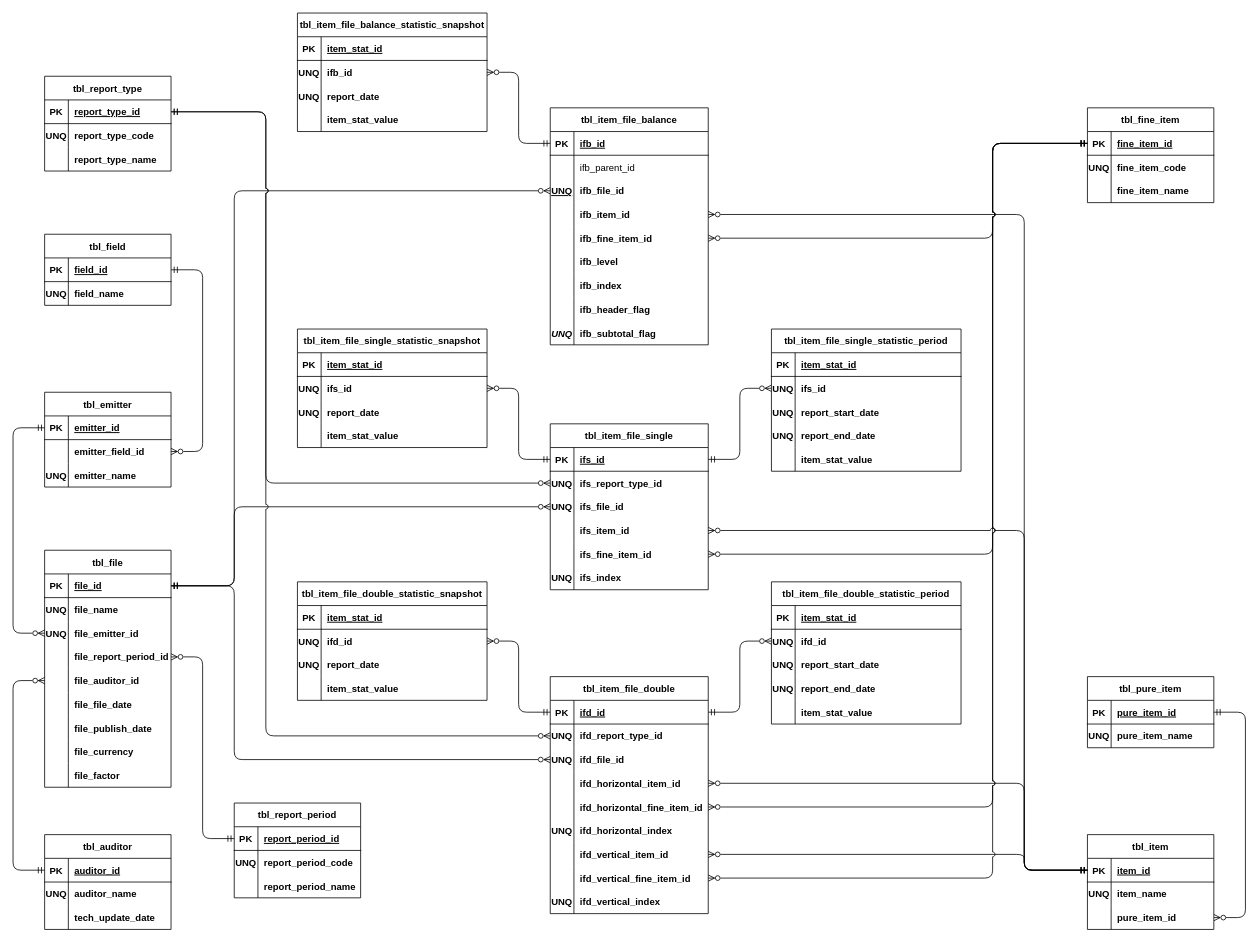
The draw.io diagram page "Page-1" (1 of 2) of diagram/fs_code.drawio in pw095/Ashutor, before the edit. Source tidied: cells renumbered, new cells numbered last; positions are measured from the earlier drawing's top-left corner, leaving out a move shared by most shapes. Both pictures are drawn from the tidied source at 79%, with x=0, y=0 at pixel (13, 13).
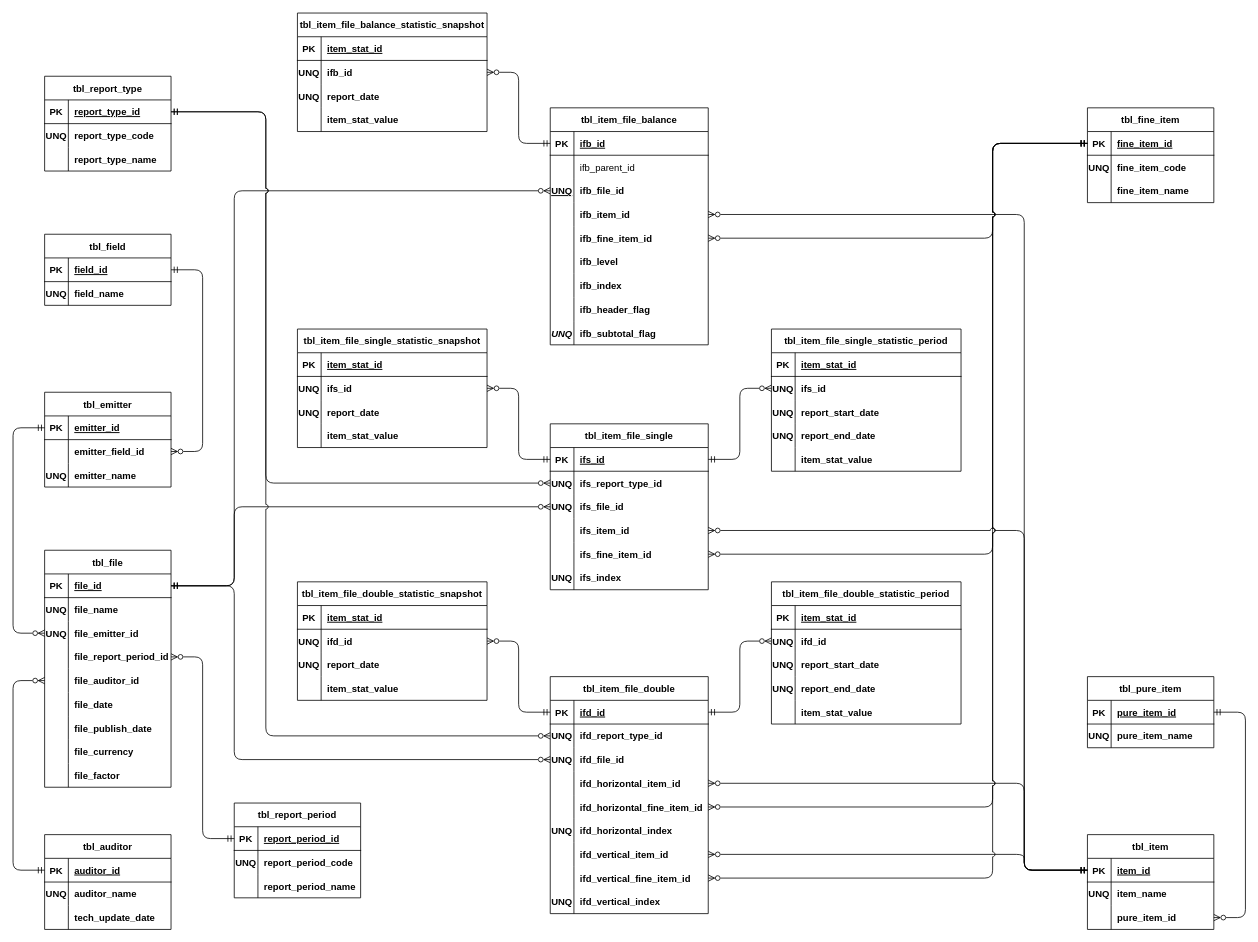
The same page after the edit.

The change refers to these unchanged cells:
```xml
<mxCell id="18" style="shape=partialRectangle;fillColor=none;top=0;left=0;bottom=0;right=0;" parent="2" vertex="1">
  <mxGeometry y="180" width="160" height="30" as="geometry" />
</mxCell>
```

Diff of the diagram source:
```diff
@@
-    <mxCell id="20" value="file_file_date" style="shape=partialRectangle;fillColor=none;top=0;left=0;bottom=0;right=0;align=left;spacingLeft=6;overflow=hidden;fontStyle=1;" parent="18" vertex="1">
+    <mxCell id="20" value="file_date" style="shape=partialRectangle;fillColor=none;top=0;left=0;bottom=0;right=0;align=left;spacingLeft=6;overflow=hidden;fontStyle=1;" parent="18" vertex="1">
       <mxGeometry x="30" width="130" height="30" as="geometry" />
     </mxCell>
```
